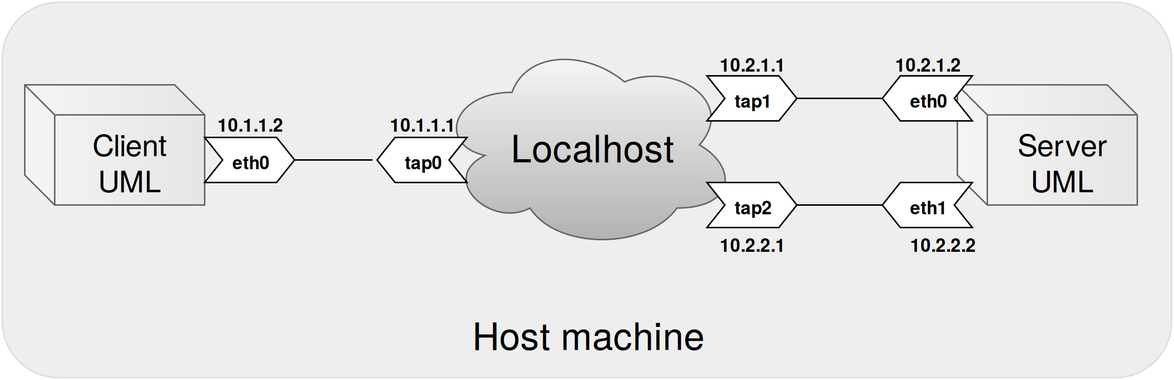
This is images/Network_Scenario_2.png from fabriziodemaria/MPTCP_Security, a draw.io export, as it was before one commit. Source tidied: cells renumbered, new cells last; positions are measured from the earlier drawing's top-left corner, leaving out a move shared by most shapes. Source of this version:
```xml
<mxGraphModel background="#ffffff">
  <root>
    <mxCell id="0" />
    <mxCell id="1" parent="0" />
    <mxCell id="2" style="whiteSpace=wrap;html=1;fontSize=25;fillColor=#545454;strokeColor=#000000;gradientColor=none;opacity=10;shadow=0;rounded=1;" parent="1" vertex="1">
      <mxGeometry width="780" height="250" as="geometry" />
    </mxCell>
    <mxCell id="3" style="shape=cube;whiteSpace=wrap;html=1;plain-gray;gradientColor=#E6E6E6;gradientDirection=east;" parent="1" vertex="1">
      <mxGeometry x="15" y="55" width="120" height="80" as="geometry" />
    </mxCell>
    <mxCell id="4" style="shape=cube;whiteSpace=wrap;html=1;plain-gray;gradientColor=#E6E6E6;gradientDirection=east;" parent="1" vertex="1">
      <mxGeometry x="637" y="55" width="120" height="80" as="geometry" />
    </mxCell>
    <mxCell id="5" value="Client UML&lt;br&gt;" style="text;html=1;strokeColor=none;fillColor=none;align=center;verticalAlign=middle;whiteSpace=wrap;overflow=hidden;fontSize=20;" parent="1" vertex="1">
      <mxGeometry x="35" y="75" width="100" height="60" as="geometry" />
    </mxCell>
    <mxCell id="6" style="shape=step;whiteSpace=wrap;html=1;" parent="1" vertex="1">
      <mxGeometry x="135" y="90" width="60" height="30" as="geometry" />
    </mxCell>
    <mxCell id="7" style="ellipse;shape=cloud;whiteSpace=wrap;html=1;plain-gray;" parent="1" vertex="1">
      <mxGeometry x="290" y="25" width="200" height="140" as="geometry" />
    </mxCell>
    <mxCell id="8" style="shape=step;whiteSpace=wrap;html=1;rotation=180;" parent="1" vertex="1">
      <mxGeometry x="250" y="90" width="60" height="30" as="geometry" />
    </mxCell>
    <mxCell id="9" value="eth0" style="text;html=1;strokeColor=none;fillColor=none;align=center;verticalAlign=middle;whiteSpace=wrap;overflow=hidden;fontStyle=1;" parent="1" vertex="1">
      <mxGeometry x="145" y="95" width="40" height="20" as="geometry" />
    </mxCell>
    <mxCell id="10" value="tap0" style="text;html=1;strokeColor=none;fillColor=none;align=center;verticalAlign=middle;whiteSpace=wrap;overflow=hidden;fontStyle=1;" parent="1" vertex="1">
      <mxGeometry x="260" y="95" width="40" height="20" as="geometry" />
    </mxCell>
    <mxCell id="11" value="10.1.1.2" style="text;html=1;strokeColor=none;fillColor=none;align=center;verticalAlign=middle;whiteSpace=wrap;overflow=hidden;fontStyle=1;" parent="1" vertex="1">
      <mxGeometry x="125" y="70" width="80" height="20" as="geometry" />
    </mxCell>
    <mxCell id="12" value="10.1.1.1" style="text;html=1;strokeColor=none;fillColor=none;align=center;verticalAlign=middle;whiteSpace=wrap;overflow=hidden;fontStyle=1;" parent="1" vertex="1">
      <mxGeometry x="240" y="70" width="80" height="20" as="geometry" />
    </mxCell>
    <mxCell id="13" style="edgeStyle=orthogonalEdgeStyle;rounded=0;html=1;exitX=1;exitY=0.5;exitPerimeter=0;fontSize=25;endArrow=none;endFill=0;" parent="1" edge="1" source="6">
      <mxGeometry relative="1" as="geometry">
        <mxPoint x="247" y="105" as="targetPoint" />
      </mxGeometry>
    </mxCell>
    <mxCell id="14" value="Localhost" style="text;html=1;strokeColor=none;fillColor=none;align=center;verticalAlign=middle;whiteSpace=wrap;overflow=hidden;fontSize=25;" parent="1" vertex="1">
      <mxGeometry x="337" y="70" width="113" height="50" as="geometry" />
    </mxCell>
    <mxCell id="15" value="Host machine&lt;br&gt;" style="text;html=1;strokeColor=none;fillColor=none;align=center;verticalAlign=middle;whiteSpace=wrap;overflow=hidden;fontSize=25;" parent="1" vertex="1">
      <mxGeometry x="310" y="195" width="160" height="50" as="geometry" />
    </mxCell>
    <mxCell id="16" value="Server UML&lt;br&gt;" style="text;html=1;strokeColor=none;fillColor=none;align=center;verticalAlign=middle;whiteSpace=wrap;overflow=hidden;fontSize=20;" parent="1" vertex="1">
      <mxGeometry x="657" y="75" width="100" height="60" as="geometry" />
    </mxCell>
    <mxCell id="17" style="group;" parent="1" vertex="1">
      <mxGeometry x="460" y="120" width="207" height="50" as="geometry" />
    </mxCell>
    <mxCell id="18" style="shape=step;whiteSpace=wrap;html=1;" parent="17" vertex="1">
      <mxGeometry x="10" width="60" height="30" as="geometry" />
    </mxCell>
    <mxCell id="19" value="tap2" style="text;html=1;strokeColor=none;fillColor=none;align=center;verticalAlign=middle;whiteSpace=wrap;overflow=hidden;fontStyle=1;" parent="17" vertex="1">
      <mxGeometry x="20" y="5" width="40" height="20" as="geometry" />
    </mxCell>
    <mxCell id="20" style="shape=step;whiteSpace=wrap;html=1;rotation=180;" parent="17" vertex="1">
      <mxGeometry x="127" width="60" height="30" as="geometry" />
    </mxCell>
    <mxCell id="21" value="eth1" style="text;html=1;strokeColor=none;fillColor=none;align=center;verticalAlign=middle;whiteSpace=wrap;overflow=hidden;fontStyle=1;" parent="17" vertex="1">
      <mxGeometry x="137" width="40" height="30" as="geometry" />
    </mxCell>
    <mxCell id="22" value="10.2.2.1" style="text;html=1;strokeColor=none;fillColor=none;align=center;verticalAlign=middle;whiteSpace=wrap;overflow=hidden;fontStyle=1;" parent="17" vertex="1">
      <mxGeometry y="30" width="80" height="20" as="geometry" />
    </mxCell>
    <mxCell id="23" style="edgeStyle=orthogonalEdgeStyle;rounded=0;html=1;exitX=1;exitY=0.5;exitPerimeter=0;entryX=1;entryY=0.5;entryPerimeter=0;endArrow=none;endFill=0;fontSize=25;" parent="17" edge="1" source="18" target="20">
      <mxGeometry x="70" y="15" as="geometry" />
    </mxCell>
    <mxCell id="24" value="10.2.2.2" style="text;html=1;strokeColor=none;fillColor=none;align=center;verticalAlign=middle;whiteSpace=wrap;overflow=hidden;fontStyle=1;" parent="17" vertex="1">
      <mxGeometry x="127" y="30" width="80" height="20" as="geometry" />
    </mxCell>
    <mxCell id="25" style="group;" parent="1" vertex="1">
      <mxGeometry x="460" y="30" width="197" height="49" as="geometry" />
    </mxCell>
    <mxCell id="26" style="group;" parent="25" vertex="1">
      <mxGeometry width="197" height="49" as="geometry" />
    </mxCell>
    <mxCell id="27" style="shape=step;whiteSpace=wrap;html=1;" parent="26" vertex="1">
      <mxGeometry x="10" y="19" width="60" height="30" as="geometry" />
    </mxCell>
    <mxCell id="28" value="tap1" style="text;html=1;strokeColor=none;fillColor=none;align=center;verticalAlign=middle;whiteSpace=wrap;overflow=hidden;fontStyle=1;" parent="26" vertex="1">
      <mxGeometry x="20" y="24" width="40" height="20" as="geometry" />
    </mxCell>
    <mxCell id="29" style="shape=step;whiteSpace=wrap;html=1;rotation=180;" parent="26" vertex="1">
      <mxGeometry x="127" y="19" width="60" height="30" as="geometry" />
    </mxCell>
    <mxCell id="30" value="eth0&lt;br&gt;" style="text;html=1;strokeColor=none;fillColor=none;align=center;verticalAlign=middle;whiteSpace=wrap;overflow=hidden;fontStyle=1;" parent="26" vertex="1">
      <mxGeometry x="137" y="19" width="40" height="30" as="geometry" />
    </mxCell>
    <mxCell id="31" value="10.2.1.1" style="text;html=1;strokeColor=none;fillColor=none;align=center;verticalAlign=middle;whiteSpace=wrap;overflow=hidden;fontStyle=1;" parent="26" vertex="1">
      <mxGeometry width="80" height="20" as="geometry" />
    </mxCell>
    <mxCell id="32" value="10.2.1.2" style="text;html=1;strokeColor=none;fillColor=none;align=center;verticalAlign=middle;whiteSpace=wrap;overflow=hidden;fontStyle=1;" parent="26" vertex="1">
      <mxGeometry x="117" width="80" height="20" as="geometry" />
    </mxCell>
    <mxCell id="33" style="edgeStyle=orthogonalEdgeStyle;rounded=0;html=1;exitX=1;exitY=0.5;exitPerimeter=0;entryX=1;entryY=0.5;entryPerimeter=0;endArrow=none;endFill=0;fontSize=25;" parent="26" edge="1" source="27" target="29">
      <mxGeometry relative="1" as="geometry" />
    </mxCell>
  </root>
</mxGraphModel>
```
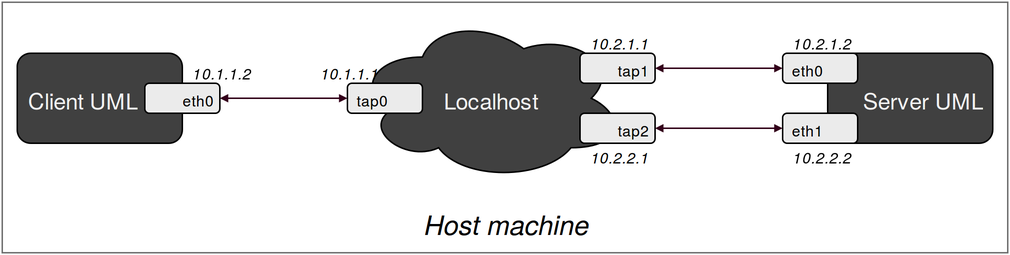
The same file after the commit.

Change to the diagram source:
```diff
@@ -2,103 +2,65 @@
   <root>
     <mxCell id="0" />
     <mxCell id="1" parent="0" />
-    <mxCell id="2" style="whiteSpace=wrap;html=1;fontSize=25;fillColor=#545454;strokeColor=#000000;gradientColor=none;opacity=10;shadow=0;rounded=1;" parent="1" vertex="1">
-      <mxGeometry width="780" height="250" as="geometry" />
-    </mxCell>
+    <mxCell id="34" style="whiteSpace=wrap;html=1;rounded=0;shadow=0;glass=0;strokeColor=#737373;strokeWidth=1;fillColor=#FFFFFF;gradientColor=none;fontSize=10;fontColor=#000000;align=center;" parent="1" vertex="1">
+      <mxGeometry x="27" y="41" width="670" height="167" as="geometry" />
+    </mxCell>
-    <mxCell id="3" style="shape=cube;whiteSpace=wrap;html=1;plain-gray;gradientColor=#E6E6E6;gradientDirection=east;" parent="1" vertex="1">
-      <mxGeometry x="15" y="55" width="120" height="80" as="geometry" />
+    <mxCell id="3" value="Localhost" style="ellipse;shape=cloud;whiteSpace=wrap;html=1;rounded=1;shadow=0;strokeColor=#000000;fillColor=#404040;gradientColor=none;fontSize=15;fontColor=#F2F2F2;align=center;" parent="1" vertex="1">
+      <mxGeometry x="262" y="50" width="180" height="110" as="geometry" />
     </mxCell>
-    <mxCell id="4" style="shape=cube;whiteSpace=wrap;html=1;plain-gray;gradientColor=#E6E6E6;gradientDirection=east;" parent="1" vertex="1">
-      <mxGeometry x="637" y="55" width="120" height="80" as="geometry" />
-    </mxCell>
-    <mxCell id="5" value="Client UML&lt;br&gt;" style="text;html=1;strokeColor=none;fillColor=none;align=center;verticalAlign=middle;whiteSpace=wrap;overflow=hidden;fontSize=20;" parent="1" vertex="1">
-      <mxGeometry x="35" y="75" width="100" height="60" as="geometry" />
+    <mxCell id="5" value="Client UML&lt;br&gt;" style="whiteSpace=wrap;html=1;rounded=1;shadow=0;strokeColor=#000000;fillColor=#404040;gradientColor=none;fontSize=15;fontColor=#F2F2F2;align=center;verticalAlign=middle;spacingRight=25;spacingLeft=0;" parent="1" vertex="1">
+      <mxGeometry x="37" y="75" width="110" height="60" as="geometry" />
     </mxCell>
-    <mxCell id="6" style="shape=step;whiteSpace=wrap;html=1;" parent="1" vertex="1">
-      <mxGeometry x="135" y="90" width="60" height="30" as="geometry" />
-    </mxCell>
-    <mxCell id="7" style="ellipse;shape=cloud;whiteSpace=wrap;html=1;plain-gray;" parent="1" vertex="1">
-      <mxGeometry x="290" y="25" width="200" height="140" as="geometry" />
-    </mxCell>
-    <mxCell id="8" style="shape=step;whiteSpace=wrap;html=1;rotation=180;" parent="1" vertex="1">
-      <mxGeometry x="250" y="90" width="60" height="30" as="geometry" />
-    </mxCell>
-    <mxCell id="9" value="eth0" style="text;html=1;strokeColor=none;fillColor=none;align=center;verticalAlign=middle;whiteSpace=wrap;overflow=hidden;fontStyle=1;" parent="1" vertex="1">
-      <mxGeometry x="145" y="95" width="40" height="20" as="geometry" />
-    </mxCell>
+    <mxCell id="35" style="edgeStyle=none;html=1;exitX=1;exitY=0.5;entryX=0;entryY=0.5;shadow=0;startArrow=block;startFill=1;startSize=3;endArrow=block;endFill=1;endSize=3;jettySize=auto;strokeColor=#33001A;strokeWidth=1;fillColor=#000000;fontSize=8;fontColor=#000000;" parent="1" edge="1" source="36" target="37">
+      <mxGeometry relative="1" as="geometry" />
+    </mxCell>
+    <mxCell id="36" value="eth0" style="whiteSpace=wrap;html=1;rounded=1;shadow=0;glass=0;strokeColor=#000000;strokeWidth=1;fillColor=#EBEBEB;gradientColor=none;fontSize=10;fontColor=#000000;align=right;spacingRight=3;" parent="1" vertex="1">
+      <mxGeometry x="122" y="95" width="50" height="20" as="geometry" />
+    </mxCell>
+    <mxCell id="37" value="tap0" style="whiteSpace=wrap;html=1;rounded=1;shadow=0;glass=0;strokeColor=#000000;strokeWidth=1;fillColor=#EBEBEB;gradientColor=none;fontSize=10;fontColor=#000000;align=left;spacingLeft=3;" parent="1" vertex="1">
+      <mxGeometry x="257" y="95" width="50" height="20" as="geometry" />
+    </mxCell>
+    <mxCell id="16" value="Server UML&lt;br&gt;" style="whiteSpace=wrap;html=1;rounded=1;shadow=0;strokeColor=#000000;fillColor=#404040;gradientColor=none;fontSize=15;fontColor=#F2F2F2;align=center;verticalAlign=middle;spacingLeft=15;" parent="1" vertex="1">
+      <mxGeometry x="577" y="75" width="110" height="60" as="geometry" />
+    </mxCell>
-    <mxCell id="10" value="tap0" style="text;html=1;strokeColor=none;fillColor=none;align=center;verticalAlign=middle;whiteSpace=wrap;overflow=hidden;fontStyle=1;" parent="1" vertex="1">
-      <mxGeometry x="260" y="95" width="40" height="20" as="geometry" />
+    <mxCell id="10" value="Host machine&lt;br&gt;" style="text;html=1;align=center;verticalAlign=middle;spacingTop=-4;fontSize=18;fontColor=#000000;fontStyle=2;" parent="1" vertex="1">
+      <mxGeometry x="322" y="185" width="80" height="10" as="geometry" />
     </mxCell>
-    <mxCell id="11" value="10.1.1.2" style="text;html=1;strokeColor=none;fillColor=none;align=center;verticalAlign=middle;whiteSpace=wrap;overflow=hidden;fontStyle=1;" parent="1" vertex="1">
-      <mxGeometry x="125" y="70" width="80" height="20" as="geometry" />
-    </mxCell>
-    <mxCell id="12" value="10.1.1.1" style="text;html=1;strokeColor=none;fillColor=none;align=center;verticalAlign=middle;whiteSpace=wrap;overflow=hidden;fontStyle=1;" parent="1" vertex="1">
-      <mxGeometry x="240" y="70" width="80" height="20" as="geometry" />
-    </mxCell>
-    <mxCell id="13" style="edgeStyle=orthogonalEdgeStyle;rounded=0;html=1;exitX=1;exitY=0.5;exitPerimeter=0;fontSize=25;endArrow=none;endFill=0;" parent="1" edge="1" source="6">
-      <mxGeometry relative="1" as="geometry">
-        <mxPoint x="247" y="105" as="targetPoint" />
-      </mxGeometry>
-    </mxCell>
-    <mxCell id="14" value="Localhost" style="text;html=1;strokeColor=none;fillColor=none;align=center;verticalAlign=middle;whiteSpace=wrap;overflow=hidden;fontSize=25;" parent="1" vertex="1">
-      <mxGeometry x="337" y="70" width="113" height="50" as="geometry" />
-    </mxCell>
-    <mxCell id="15" value="Host machine&lt;br&gt;" style="text;html=1;strokeColor=none;fillColor=none;align=center;verticalAlign=middle;whiteSpace=wrap;overflow=hidden;fontSize=25;" parent="1" vertex="1">
-      <mxGeometry x="310" y="195" width="160" height="50" as="geometry" />
-    </mxCell>
-    <mxCell id="16" value="Server UML&lt;br&gt;" style="text;html=1;strokeColor=none;fillColor=none;align=center;verticalAlign=middle;whiteSpace=wrap;overflow=hidden;fontSize=20;" parent="1" vertex="1">
-      <mxGeometry x="657" y="75" width="100" height="60" as="geometry" />
-    </mxCell>
-    <mxCell id="17" style="group;" parent="1" vertex="1">
-      <mxGeometry x="460" y="120" width="207" height="50" as="geometry" />
-    </mxCell>
-    <mxCell id="18" style="shape=step;whiteSpace=wrap;html=1;" parent="17" vertex="1">
-      <mxGeometry x="10" width="60" height="30" as="geometry" />
-    </mxCell>
-    <mxCell id="19" value="tap2" style="text;html=1;strokeColor=none;fillColor=none;align=center;verticalAlign=middle;whiteSpace=wrap;overflow=hidden;fontStyle=1;" parent="17" vertex="1">
-      <mxGeometry x="20" y="5" width="40" height="20" as="geometry" />
-    </mxCell>
-    <mxCell id="20" style="shape=step;whiteSpace=wrap;html=1;rotation=180;" parent="17" vertex="1">
-      <mxGeometry x="127" width="60" height="30" as="geometry" />
-    </mxCell>
-    <mxCell id="21" value="eth1" style="text;html=1;strokeColor=none;fillColor=none;align=center;verticalAlign=middle;whiteSpace=wrap;overflow=hidden;fontStyle=1;" parent="17" vertex="1">
-      <mxGeometry x="137" width="40" height="30" as="geometry" />
-    </mxCell>
-    <mxCell id="22" value="10.2.2.1" style="text;html=1;strokeColor=none;fillColor=none;align=center;verticalAlign=middle;whiteSpace=wrap;overflow=hidden;fontStyle=1;" parent="17" vertex="1">
-      <mxGeometry y="30" width="80" height="20" as="geometry" />
-    </mxCell>
-    <mxCell id="23" style="edgeStyle=orthogonalEdgeStyle;rounded=0;html=1;exitX=1;exitY=0.5;exitPerimeter=0;entryX=1;entryY=0.5;entryPerimeter=0;endArrow=none;endFill=0;fontSize=25;" parent="17" edge="1" source="18" target="20">
-      <mxGeometry x="70" y="15" as="geometry" />
-    </mxCell>
-    <mxCell id="24" value="10.2.2.2" style="text;html=1;strokeColor=none;fillColor=none;align=center;verticalAlign=middle;whiteSpace=wrap;overflow=hidden;fontStyle=1;" parent="17" vertex="1">
-      <mxGeometry x="127" y="30" width="80" height="20" as="geometry" />
-    </mxCell>
-    <mxCell id="25" style="group;" parent="1" vertex="1">
-      <mxGeometry x="460" y="30" width="197" height="49" as="geometry" />
-    </mxCell>
-    <mxCell id="26" style="group;" parent="25" vertex="1">
-      <mxGeometry width="197" height="49" as="geometry" />
-    </mxCell>
+    <mxCell id="38" value="10.1.1.2&lt;br&gt;" style="text;html=1;align=center;verticalAlign=bottom;spacingTop=-4;fontSize=10;fontColor=#000000;fontStyle=2;" parent="1" vertex="1">
+      <mxGeometry x="147" y="85" width="50" height="10" as="geometry" />
+    </mxCell>
-    <mxCell id="27" style="shape=step;whiteSpace=wrap;html=1;" parent="26" vertex="1">
-      <mxGeometry x="10" y="19" width="60" height="30" as="geometry" />
+    <mxCell id="27" value="10.1.1.1" style="text;html=1;points=[];align=center;verticalAlign=bottom;spacingTop=-4;fontSize=10;fontColor=#000000;fontStyle=2;" parent="1" vertex="1">
+      <mxGeometry x="232" y="85" width="50" height="10" as="geometry" />
     </mxCell>
-    <mxCell id="28" value="tap1" style="text;html=1;strokeColor=none;fillColor=none;align=center;verticalAlign=middle;whiteSpace=wrap;overflow=hidden;fontStyle=1;" parent="26" vertex="1">
-      <mxGeometry x="20" y="24" width="40" height="20" as="geometry" />
+    <mxCell id="28" style="edgeStyle=none;html=1;exitX=1;exitY=0.5;entryX=0;entryY=0.5;shadow=0;startArrow=block;startFill=1;startSize=3;endArrow=block;endFill=1;endSize=3;jettySize=auto;strokeColor=#33001A;strokeWidth=1;fillColor=#000000;fontSize=8;fontColor=#000000;" parent="1" edge="1" source="29" target="30">
+      <mxGeometry x="484.9" y="330" as="geometry" />
     </mxCell>
-    <mxCell id="29" style="shape=step;whiteSpace=wrap;html=1;rotation=180;" parent="26" vertex="1">
-      <mxGeometry x="127" y="19" width="60" height="30" as="geometry" />
+    <mxCell id="29" value="tap2" style="whiteSpace=wrap;html=1;rounded=1;shadow=0;glass=0;strokeColor=#000000;strokeWidth=1;fillColor=#EBEBEB;gradientColor=none;fontSize=10;fontColor=#000000;align=right;spacingRight=3;" parent="1" vertex="1">
+      <mxGeometry x="412" y="115" width="50" height="20" as="geometry" />
     </mxCell>
-    <mxCell id="30" value="eth0&lt;br&gt;" style="text;html=1;strokeColor=none;fillColor=none;align=center;verticalAlign=middle;whiteSpace=wrap;overflow=hidden;fontStyle=1;" parent="26" vertex="1">
-      <mxGeometry x="137" y="19" width="40" height="30" as="geometry" />
+    <mxCell id="30" value="eth1" style="whiteSpace=wrap;html=1;rounded=1;shadow=0;glass=0;strokeColor=#000000;strokeWidth=1;fillColor=#EBEBEB;gradientColor=none;fontSize=10;fontColor=#000000;align=left;spacingLeft=3;" parent="1" vertex="1">
+      <mxGeometry x="547" y="115" width="50" height="20" as="geometry" />
     </mxCell>
+    <mxCell id="39" style="edgeStyle=none;html=1;exitX=1;exitY=0.5;entryX=0;entryY=0.5;shadow=0;startArrow=block;startFill=1;startSize=3;endArrow=block;endFill=1;endSize=3;jettySize=auto;strokeColor=#33001A;strokeWidth=1;fillColor=#000000;fontSize=8;fontColor=#000000;" parent="1" edge="1" source="40" target="41">
+      <mxGeometry x="485" y="290" as="geometry" />
+    </mxCell>
+    <mxCell id="40" value="tap1" style="whiteSpace=wrap;html=1;rounded=1;shadow=0;glass=0;strokeColor=#000000;strokeWidth=1;fillColor=#EBEBEB;gradientColor=none;fontSize=10;fontColor=#000000;align=right;spacingRight=3;" parent="1" vertex="1">
+      <mxGeometry x="412" y="75" width="50" height="20" as="geometry" />
+    </mxCell>
+    <mxCell id="41" value="eth0" style="whiteSpace=wrap;html=1;rounded=1;shadow=0;glass=0;strokeColor=#000000;strokeWidth=1;fillColor=#EBEBEB;gradientColor=none;fontSize=10;fontColor=#000000;align=left;spacingLeft=3;" parent="1" vertex="1">
+      <mxGeometry x="547" y="75" width="50" height="20" as="geometry" />
+    </mxCell>
-    <mxCell id="31" value="10.2.1.1" style="text;html=1;strokeColor=none;fillColor=none;align=center;verticalAlign=middle;whiteSpace=wrap;overflow=hidden;fontStyle=1;" parent="26" vertex="1">
-      <mxGeometry width="80" height="20" as="geometry" />
+    <mxCell id="31" value="10.2.1.1" style="text;html=1;align=center;verticalAlign=bottom;spacingTop=-4;fontSize=10;fontColor=#000000;fontStyle=2;" parent="1" vertex="1">
+      <mxGeometry x="412" y="65" width="50" height="10" as="geometry" />
     </mxCell>
+    <mxCell id="22" value="10.2.2.1" style="text;html=1;align=center;verticalAlign=top;spacingTop=-4;fontSize=10;fontColor=#000000;fontStyle=2;" parent="1" vertex="1">
+      <mxGeometry x="412" y="135" width="50" height="10" as="geometry" />
+    </mxCell>
+    <mxCell id="11" value="10.2.2.2" style="text;html=1;align=center;verticalAlign=top;spacingTop=-4;fontSize=10;fontColor=#000000;fontStyle=2;" parent="1" vertex="1">
+      <mxGeometry x="547" y="135" width="50" height="10" as="geometry" />
+    </mxCell>
-    <mxCell id="32" value="10.2.1.2" style="text;html=1;strokeColor=none;fillColor=none;align=center;verticalAlign=middle;whiteSpace=wrap;overflow=hidden;fontStyle=1;" parent="26" vertex="1">
-      <mxGeometry x="117" width="80" height="20" as="geometry" />
+    <mxCell id="32" value="10.2.1.2" style="text;html=1;align=center;verticalAlign=bottom;spacingTop=-4;fontSize=10;fontColor=#000000;fontStyle=2;" parent="1" vertex="1">
+      <mxGeometry x="547" y="65" width="50" height="10" as="geometry" />
     </mxCell>
-    <mxCell id="33" style="edgeStyle=orthogonalEdgeStyle;rounded=0;html=1;exitX=1;exitY=0.5;exitPerimeter=0;entryX=1;entryY=0.5;entryPerimeter=0;endArrow=none;endFill=0;fontSize=25;" parent="26" edge="1" source="27" target="29">
-      <mxGeometry relative="1" as="geometry" />
-    </mxCell>
   </root>
 </mxGraphModel>
```
